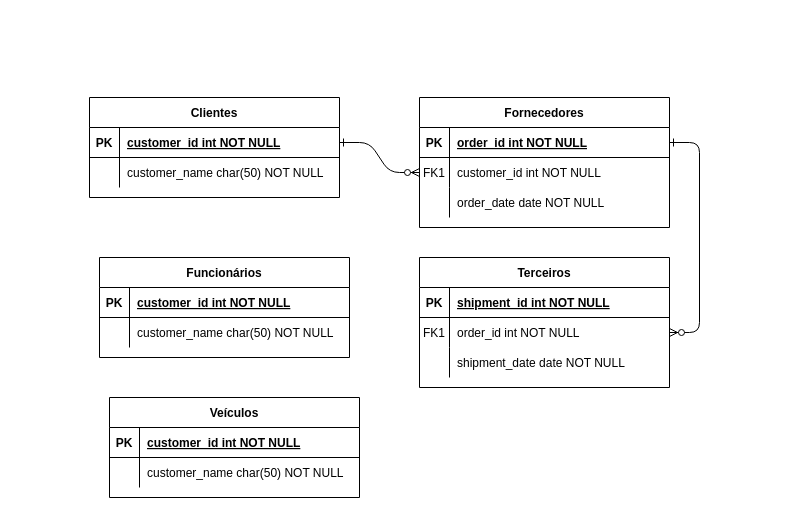
Before: MER.drawio in annaletycia/BD1, a draw.io diagram. Source tidied: cells renumbered, new cells numbered last; positions are measured from the earlier drawing's top-left corner, leaving out a move shared by most shapes. Both pictures are drawn from the tidied source at 100%, with x=0, y=0 at pixel (89, 97).
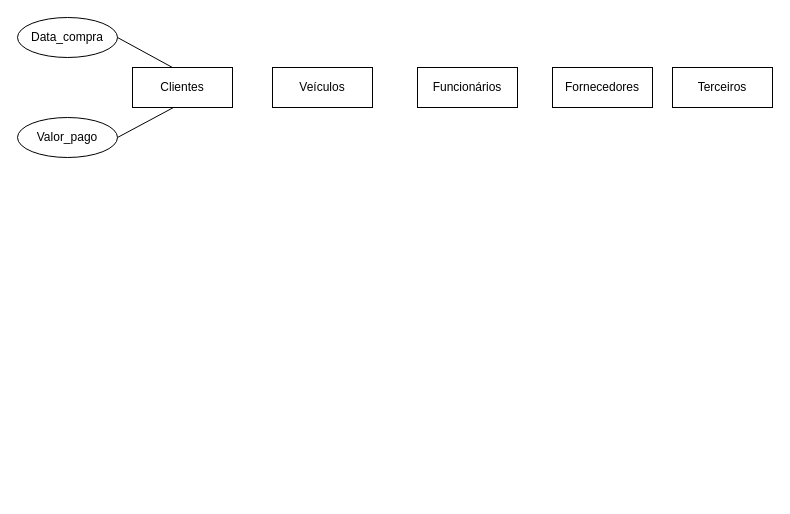
After the change.

Change to the diagram source:
```diff
@@
-    <mxCell id="2" style="edgeStyle=entityRelationEdgeStyle;endArrow=ERzeroToMany;startArrow=ERone;endFill=1;startFill=0;" parent="1" edge="1" source="25" target="8">
-      <mxGeometry relative="1" as="geometry" />
-    </mxCell>
-    <mxCell id="3" style="edgeStyle=entityRelationEdgeStyle;endArrow=ERzeroToMany;startArrow=ERone;endFill=1;startFill=0;" parent="1" edge="1" source="5" target="18">
-      <mxGeometry relative="1" as="geometry" />
-    </mxCell>
+    <mxCell id="38" value="Veículos" style="whiteSpace=wrap;html=1;align=center;" parent="1" vertex="1">
+      <mxGeometry x="183" y="-30" width="100" height="40" as="geometry" />
+    </mxCell>
+    <mxCell id="31" value="Funcionários" style="whiteSpace=wrap;html=1;align=center;" parent="1" vertex="1">
+      <mxGeometry x="328" y="-30" width="100" height="40" as="geometry" />
+    </mxCell>
-    <mxCell id="4" value="Fornecedores" style="shape=table;startSize=30;childLayout=tableLayout;rowLines=0;fontStyle=1;align=center;" parent="1" vertex="1">
-      <mxGeometry x="330" width="250" height="130" as="geometry" />
+    <mxCell id="4" value="&lt;div&gt;Fornecedores&lt;/div&gt;" style="whiteSpace=wrap;html=1;align=center;" parent="1" vertex="1">
+      <mxGeometry x="463" y="-30" width="100" height="40" as="geometry" />
     </mxCell>
-    <mxCell id="5" style="shape=partialRectangle;fillColor=none;points=[[0,0.5],[1,0.5]];portConstraint=eastwest;top=0;left=0;right=0;bottom=1;" parent="4" vertex="1">
-      <mxGeometry y="30" width="250" height="30" as="geometry" />
-    </mxCell>
-    <mxCell id="6" value="PK" style="shape=partialRectangle;overflow=hidden;fillColor=none;top=0;left=0;bottom=0;right=0;fontStyle=1;" parent="5" vertex="1">
-      <mxGeometry width="30" height="30" as="geometry" />
-    </mxCell>
-    <mxCell id="7" value="order_id int NOT NULL " style="shape=partialRectangle;overflow=hidden;fillColor=none;top=0;left=0;bottom=0;right=0;align=left;spacingLeft=6;fontStyle=5;" parent="5" vertex="1">
-      <mxGeometry x="30" width="220" height="30" as="geometry" />
-    </mxCell>
-    <mxCell id="8" style="shape=partialRectangle;fillColor=none;points=[[0,0.5],[1,0.5]];portConstraint=eastwest;top=0;left=0;right=0;bottom=0;" parent="4" vertex="1">
-      <mxGeometry y="60" width="250" height="30" as="geometry" />
-    </mxCell>
-    <mxCell id="9" value="FK1" style="shape=partialRectangle;overflow=hidden;fillColor=none;top=0;left=0;bottom=0;right=0;" parent="8" vertex="1">
-      <mxGeometry width="30" height="30" as="geometry" />
-    </mxCell>
-    <mxCell id="10" value="customer_id int NOT NULL" style="shape=partialRectangle;overflow=hidden;fillColor=none;top=0;left=0;bottom=0;right=0;align=left;spacingLeft=6;" parent="8" vertex="1">
-      <mxGeometry x="30" width="220" height="30" as="geometry" />
-    </mxCell>
-    <mxCell id="11" style="shape=partialRectangle;fillColor=none;top=0;left=0;right=0;bottom=0;" parent="4" vertex="1">
-      <mxGeometry y="90" width="250" height="30" as="geometry" />
-    </mxCell>
-    <mxCell id="12" style="shape=partialRectangle;overflow=hidden;fillColor=none;top=0;left=0;bottom=0;right=0;" parent="11" vertex="1">
-      <mxGeometry width="30" height="30" as="geometry" />
-    </mxCell>
-    <mxCell id="13" value="order_date date NOT NULL" style="shape=partialRectangle;overflow=hidden;fillColor=none;top=0;left=0;bottom=0;right=0;align=left;spacingLeft=6;" parent="11" vertex="1">
-      <mxGeometry x="30" width="220" height="30" as="geometry" />
-    </mxCell>
-    <mxCell id="14" value="Terceiros" style="shape=table;startSize=30;childLayout=tableLayout;rowLines=0;fontStyle=1;align=center;" parent="1" vertex="1">
-      <mxGeometry x="330" y="160" width="250" height="130" as="geometry" />
+    <mxCell id="14" value="Terceiros" style="whiteSpace=wrap;html=1;align=center;" parent="1" vertex="1">
+      <mxGeometry x="583" y="-30" width="100" height="40" as="geometry" />
     </mxCell>
-    <mxCell id="15" style="shape=partialRectangle;fillColor=none;top=0;left=0;right=0;bottom=1;" parent="14" vertex="1">
-      <mxGeometry y="30" width="250" height="30" as="geometry" />
-    </mxCell>
-    <mxCell id="16" value="PK" style="shape=partialRectangle;overflow=hidden;fillColor=none;top=0;left=0;bottom=0;right=0;fontStyle=1;" parent="15" vertex="1">
-      <mxGeometry width="30" height="30" as="geometry" />
-    </mxCell>
-    <mxCell id="17" value="shipment_id int NOT NULL " style="shape=partialRectangle;overflow=hidden;fillColor=none;top=0;left=0;bottom=0;right=0;align=left;spacingLeft=6;fontStyle=5;" parent="15" vertex="1">
-      <mxGeometry x="30" width="220" height="30" as="geometry" />
-    </mxCell>
-    <mxCell id="18" style="shape=partialRectangle;fillColor=none;points=[[0,0.5],[1,0.5]];portConstraint=eastwest;top=0;left=0;right=0;bottom=0;" parent="14" vertex="1">
-      <mxGeometry y="60" width="250" height="30" as="geometry" />
-    </mxCell>
-    <mxCell id="19" value="FK1" style="shape=partialRectangle;overflow=hidden;fillColor=none;top=0;left=0;bottom=0;right=0;" parent="18" vertex="1">
-      <mxGeometry width="30" height="30" as="geometry" />
-    </mxCell>
-    <mxCell id="20" value="order_id int NOT NULL" style="shape=partialRectangle;overflow=hidden;fillColor=none;top=0;left=0;bottom=0;right=0;align=left;spacingLeft=6;" parent="18" vertex="1">
-      <mxGeometry x="30" width="220" height="30" as="geometry" />
-    </mxCell>
-    <mxCell id="21" style="shape=partialRectangle;fillColor=none;top=0;left=0;right=0;bottom=0;" parent="14" vertex="1">
-      <mxGeometry y="90" width="250" height="30" as="geometry" />
-    </mxCell>
-    <mxCell id="22" style="shape=partialRectangle;overflow=hidden;fillColor=none;top=0;left=0;bottom=0;right=0;" parent="21" vertex="1">
-      <mxGeometry width="30" height="30" as="geometry" />
-    </mxCell>
-    <mxCell id="23" value="shipment_date date NOT NULL" style="shape=partialRectangle;overflow=hidden;fillColor=none;top=0;left=0;bottom=0;right=0;align=left;spacingLeft=6;" parent="21" vertex="1">
-      <mxGeometry x="30" width="220" height="30" as="geometry" />
-    </mxCell>
-    <mxCell id="24" value="Clientes" style="shape=table;startSize=30;childLayout=tableLayout;rowLines=0;fontStyle=1;align=center;" parent="1" vertex="1">
-      <mxGeometry width="250" height="100" as="geometry" />
+    <mxCell id="24" value="Clientes" style="whiteSpace=wrap;html=1;align=center;" parent="1" vertex="1">
+      <mxGeometry x="43" y="-30" width="100" height="40" as="geometry" />
     </mxCell>
-    <mxCell id="25" style="shape=partialRectangle;fillColor=none;points=[[0,0.5],[1,0.5]];portConstraint=eastwest;top=0;left=0;right=0;bottom=1;" parent="24" vertex="1">
-      <mxGeometry y="30" width="250" height="30" as="geometry" />
-    </mxCell>
-    <mxCell id="26" value="PK" style="shape=partialRectangle;overflow=hidden;fillColor=none;top=0;left=0;bottom=0;right=0;fontStyle=1;" parent="25" vertex="1">
-      <mxGeometry width="30" height="30" as="geometry" />
-    </mxCell>
-    <mxCell id="27" value="customer_id int NOT NULL " style="shape=partialRectangle;overflow=hidden;fillColor=none;top=0;left=0;bottom=0;right=0;align=left;spacingLeft=6;fontStyle=5;" parent="25" vertex="1">
-      <mxGeometry x="30" width="220" height="30" as="geometry" />
-    </mxCell>
-    <mxCell id="28" style="shape=partialRectangle;fillColor=none;top=0;left=0;right=0;bottom=0;" parent="24" vertex="1">
-      <mxGeometry y="60" width="250" height="30" as="geometry" />
-    </mxCell>
-    <mxCell id="29" style="shape=partialRectangle;overflow=hidden;fillColor=none;top=0;left=0;bottom=0;right=0;" parent="28" vertex="1">
-      <mxGeometry width="30" height="30" as="geometry" />
-    </mxCell>
-    <mxCell id="30" value="customer_name char(50) NOT NULL" style="shape=partialRectangle;overflow=hidden;fillColor=none;top=0;left=0;bottom=0;right=0;align=left;spacingLeft=6;" parent="28" vertex="1">
-      <mxGeometry x="30" width="220" height="30" as="geometry" />
-    </mxCell>
-    <mxCell id="31" value="Funcionários" style="shape=table;startSize=30;childLayout=tableLayout;rowLines=0;fontStyle=1;align=center;" parent="1" vertex="1">
-      <mxGeometry x="10" y="160" width="250" height="100" as="geometry" />
-    </mxCell>
-    <mxCell id="32" style="shape=partialRectangle;fillColor=none;top=0;left=0;right=0;bottom=1;" parent="31" vertex="1">
-      <mxGeometry y="30" width="250" height="30" as="geometry" />
-    </mxCell>
-    <mxCell id="33" value="PK" style="shape=partialRectangle;overflow=hidden;fillColor=none;top=0;left=0;bottom=0;right=0;fontStyle=1;" parent="32" vertex="1">
-      <mxGeometry width="30" height="30" as="geometry" />
-    </mxCell>
-    <mxCell id="34" value="customer_id int NOT NULL " style="shape=partialRectangle;overflow=hidden;fillColor=none;top=0;left=0;bottom=0;right=0;align=left;spacingLeft=6;fontStyle=5;" parent="32" vertex="1">
-      <mxGeometry x="30" width="220" height="30" as="geometry" />
-    </mxCell>
-    <mxCell id="35" style="shape=partialRectangle;fillColor=none;top=0;left=0;right=0;bottom=0;" parent="31" vertex="1">
-      <mxGeometry y="60" width="250" height="30" as="geometry" />
-    </mxCell>
-    <mxCell id="36" style="shape=partialRectangle;overflow=hidden;fillColor=none;top=0;left=0;bottom=0;right=0;" parent="35" vertex="1">
-      <mxGeometry width="30" height="30" as="geometry" />
-    </mxCell>
-    <mxCell id="37" value="customer_name char(50) NOT NULL" style="shape=partialRectangle;overflow=hidden;fillColor=none;top=0;left=0;bottom=0;right=0;align=left;spacingLeft=6;" parent="35" vertex="1">
-      <mxGeometry x="30" width="220" height="30" as="geometry" />
-    </mxCell>
-    <mxCell id="38" value="Veículos" style="shape=table;startSize=30;childLayout=tableLayout;rowLines=0;fontStyle=1;align=center;" parent="1" vertex="1">
-      <mxGeometry x="20" y="300" width="250" height="100" as="geometry" />
-    </mxCell>
-    <mxCell id="39" style="shape=partialRectangle;fillColor=none;top=0;left=0;right=0;bottom=1;" parent="38" vertex="1">
-      <mxGeometry y="30" width="250" height="30" as="geometry" />
-    </mxCell>
-    <mxCell id="40" value="PK" style="shape=partialRectangle;overflow=hidden;fillColor=none;top=0;left=0;bottom=0;right=0;fontStyle=1;" parent="39" vertex="1">
-      <mxGeometry width="30" height="30" as="geometry" />
-    </mxCell>
-    <mxCell id="41" value="customer_id int NOT NULL " style="shape=partialRectangle;overflow=hidden;fillColor=none;top=0;left=0;bottom=0;right=0;align=left;spacingLeft=6;fontStyle=5;" parent="39" vertex="1">
-      <mxGeometry x="30" width="220" height="30" as="geometry" />
-    </mxCell>
-    <mxCell id="42" style="shape=partialRectangle;fillColor=none;top=0;left=0;right=0;bottom=0;" parent="38" vertex="1">
-      <mxGeometry y="60" width="250" height="30" as="geometry" />
-    </mxCell>
-    <mxCell id="43" style="shape=partialRectangle;overflow=hidden;fillColor=none;top=0;left=0;bottom=0;right=0;" parent="42" vertex="1">
-      <mxGeometry width="30" height="30" as="geometry" />
-    </mxCell>
-    <mxCell id="44" value="customer_name char(50) NOT NULL" style="shape=partialRectangle;overflow=hidden;fillColor=none;top=0;left=0;bottom=0;right=0;align=left;spacingLeft=6;" parent="42" vertex="1">
-      <mxGeometry x="30" width="220" height="30" as="geometry" />
-    </mxCell>
+    <mxCell id="45" value="Data_compra" style="ellipse;whiteSpace=wrap;html=1;align=center;" parent="1" vertex="1">
+      <mxGeometry x="-72" y="-80" width="100" height="40" as="geometry" />
+    </mxCell>
+    <mxCell id="46" value="Valor_pago" style="ellipse;whiteSpace=wrap;html=1;align=center;" parent="1" vertex="1">
+      <mxGeometry x="-72" y="20" width="100" height="40" as="geometry" />
+    </mxCell>
+    <mxCell id="47" style="endArrow=none;html=1;rounded=0;entryX=0.4;entryY=0;entryDx=0;entryDy=0;entryPerimeter=0;exitX=1;exitY=0.5;exitDx=0;exitDy=0;" parent="1" edge="1" source="45" target="24">
+      <mxGeometry relative="1" as="geometry" />
+    </mxCell>
+    <mxCell id="48" style="endArrow=none;html=1;rounded=0;entryX=1;entryY=0.5;entryDx=0;entryDy=0;exitX=0.41;exitY=1;exitDx=0;exitDy=0;exitPerimeter=0;" parent="1" edge="1" source="24" target="46">
+      <mxGeometry relative="1" as="geometry" />
+    </mxCell>
```
